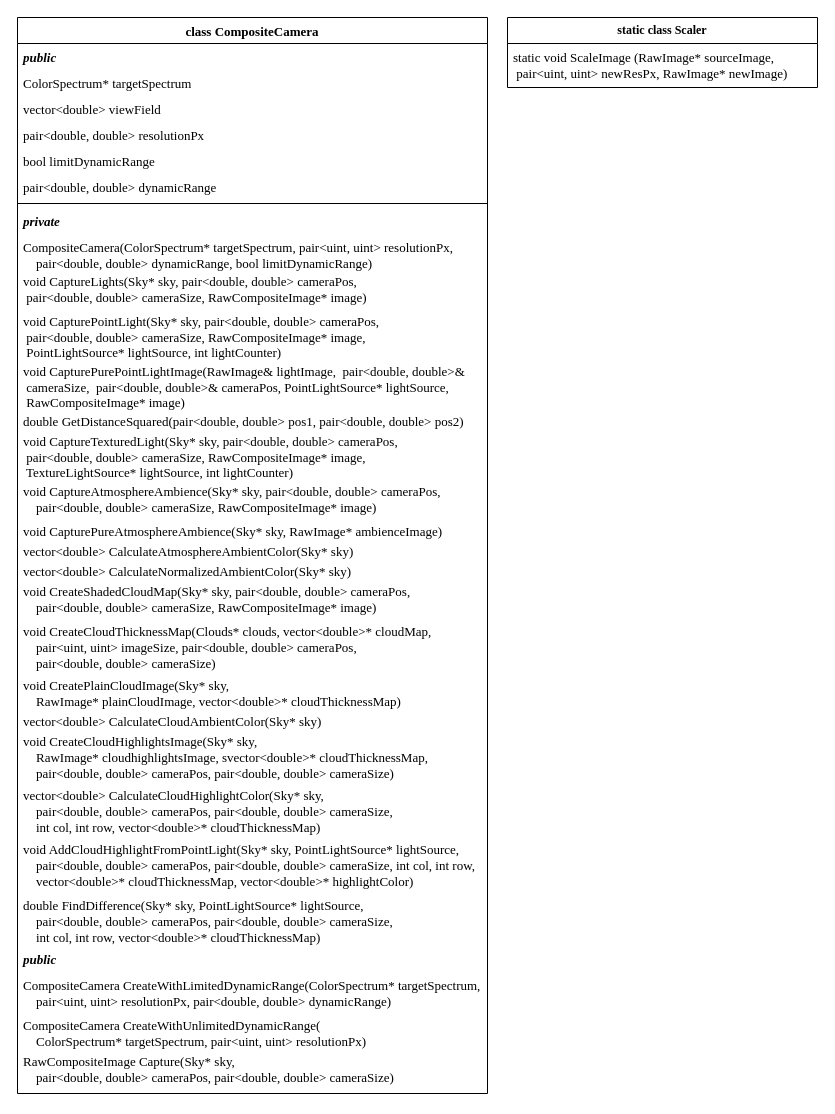
This is page "CompositeCamera" (5 of 9) of Docs/Class diagrams.drawio from SpatiumOwl/ComplexSky-2.0, a draw.io file, before an edit. Source tidied: cells renumbered, new cells numbered last; positions are measured from the earlier drawing's top-left corner, leaving out a move shared by most shapes. Both pictures are drawn from the tidied source at 100%, with x=0, y=0 at pixel (17, 17).
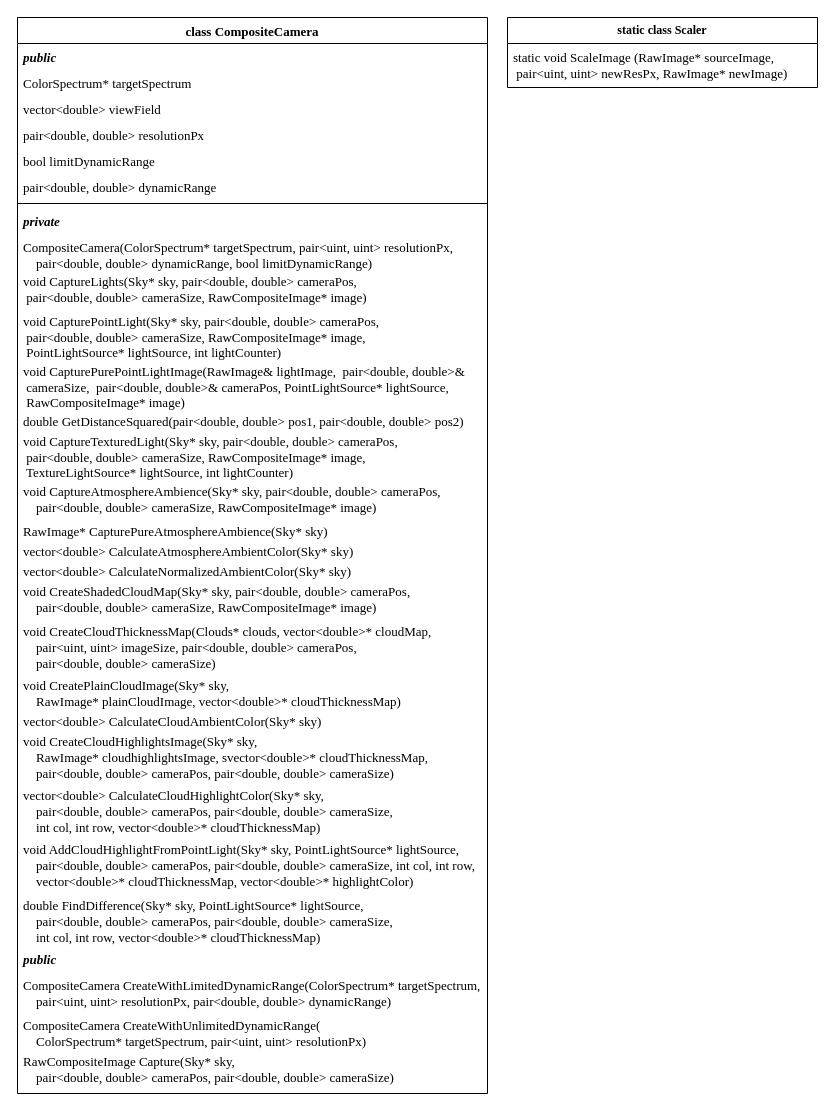
The same page after the edit.

Unchanged cells that the change refers to:
```xml
<mxCell id="2" value="class CompositeCamera" style="swimlane;fontStyle=1;align=center;verticalAlign=top;horizontal=1;startSize=26;fontFamily=Times New Roman;fontSize=13;" parent="1" vertex="1">
  <mxGeometry width="470" height="1076" as="geometry" />
</mxCell>
```

The edit, as a diff of the source:
```diff
@@
-    <mxCell id="18" value="void CapturePureAtmosphereAmbience(Sky* sky, RawImage* ambienceImage)" style="text;strokeColor=none;fillColor=none;align=left;verticalAlign=top;spacingLeft=4;spacingRight=4;overflow=hidden;fontFamily=Times New Roman;fontSize=13;" parent="2" vertex="1">
+    <mxCell id="18" value="RawImage* CapturePureAtmosphereAmbience(Sky* sky)" style="text;strokeColor=none;fillColor=none;align=left;verticalAlign=top;spacingLeft=4;spacingRight=4;overflow=hidden;fontFamily=Times New Roman;fontSize=13;" parent="2" vertex="1">
       <mxGeometry y="500" width="470" height="20" as="geometry" />
     </mxCell>
```
